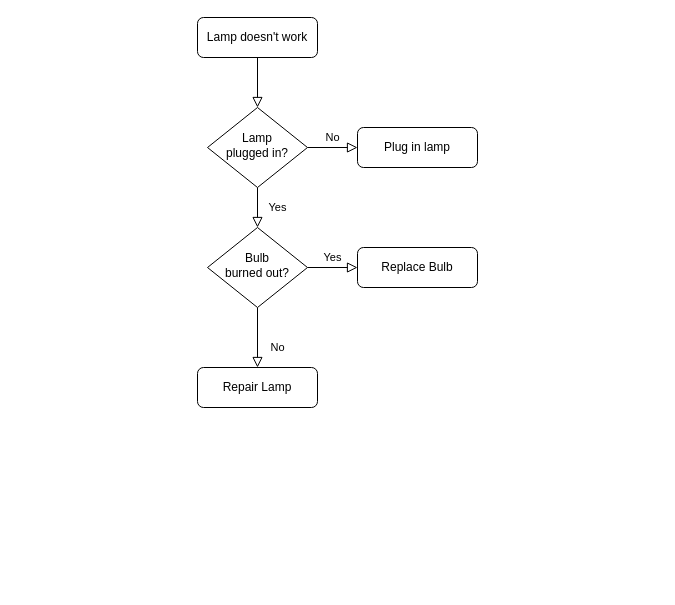
Above: 未命名绘图.drawio in Rain-Pavilion/resources (draw.io), before the change. Source tidied: cells renumbered, new cells numbered last; positions are measured from the earlier drawing's top-left corner, leaving out a move shared by most shapes. Both pictures are drawn from the tidied source at 100%, with x=0, y=0 at pixel (197, 17).
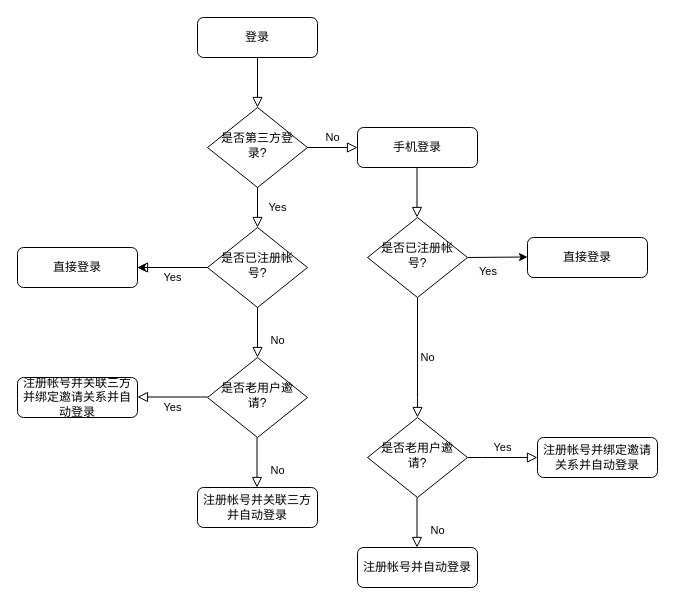
The same diagram, later.

Diff of the diagram source:
```diff
@@
-    <mxCell id="3" value="Lamp doesn't work" style="rounded=1;whiteSpace=wrap;html=1;fontSize=12;glass=0;strokeWidth=1;shadow=0;" parent="1" vertex="1">
+    <mxCell id="3" value="登录" style="rounded=1;whiteSpace=wrap;html=1;fontSize=12;glass=0;strokeWidth=1;shadow=0;" parent="1" vertex="1">
       <mxGeometry width="120" height="40" as="geometry" />
     </mxCell>
@@
-    <mxCell id="6" value="Lamp&lt;br&gt;plugged in?" style="rhombus;whiteSpace=wrap;html=1;shadow=0;fontFamily=Helvetica;fontSize=12;align=center;strokeWidth=1;spacing=6;spacingTop=-4;" parent="1" vertex="1">
+    <mxCell id="6" value="是否第三方登录?" style="rhombus;whiteSpace=wrap;html=1;shadow=0;fontFamily=Helvetica;fontSize=12;align=center;strokeWidth=1;spacing=6;spacingTop=-4;" parent="1" vertex="1">
       <mxGeometry x="10" y="90" width="100" height="80" as="geometry" />
     </mxCell>
-    <mxCell id="7" value="Plug in lamp" style="rounded=1;whiteSpace=wrap;html=1;fontSize=12;glass=0;strokeWidth=1;shadow=0;" parent="1" vertex="1">
+    <mxCell id="7" value="手机登录" style="rounded=1;whiteSpace=wrap;html=1;fontSize=12;glass=0;strokeWidth=1;shadow=0;" parent="1" vertex="1">
       <mxGeometry x="160" y="110" width="120" height="40" as="geometry" />
     </mxCell>
-    <mxCell id="8" value="No" style="rounded=0;html=1;jettySize=auto;fontSize=11;endArrow=block;endFill=0;endSize=8;strokeWidth=1;shadow=0;labelBackgroundColor=none;edgeStyle=orthogonalEdgeStyle;" parent="1" edge="1" source="10" target="11">
+    <mxCell id="8" value="No" style="rounded=0;html=1;jettySize=auto;fontSize=11;endArrow=block;endFill=0;endSize=8;strokeWidth=1;shadow=0;labelBackgroundColor=none;edgeStyle=orthogonalEdgeStyle;" parent="1" edge="1" source="10" target="16">
       <mxGeometry x="0.33" y="20" relative="1" as="geometry" />
     </mxCell>
@@
+    <mxCell id="13" style="edgeStyle=orthogonalEdgeStyle;rounded=0;jettySize=auto;html=1;" parent="1" edge="1" source="10" target="12">
+      <mxGeometry relative="1" as="geometry" />
+    </mxCell>
-    <mxCell id="10" value="Bulb&lt;br&gt;burned out?" style="rhombus;whiteSpace=wrap;html=1;shadow=0;fontFamily=Helvetica;fontSize=12;align=center;strokeWidth=1;spacing=6;spacingTop=-4;" parent="1" vertex="1">
+    <mxCell id="10" value="是否已注册帐号?" style="rhombus;whiteSpace=wrap;html=1;shadow=0;fontFamily=Helvetica;fontSize=12;align=center;strokeWidth=1;spacing=6;spacingTop=-4;" parent="1" vertex="1">
       <mxGeometry x="10" y="210" width="100" height="80" as="geometry" />
     </mxCell>
-    <mxCell id="11" value="Repair Lamp" style="rounded=1;whiteSpace=wrap;html=1;fontSize=12;glass=0;strokeWidth=1;shadow=0;" parent="1" vertex="1">
-      <mxGeometry y="350" width="120" height="40" as="geometry" />
+    <mxCell id="11" value="注册帐号并关联三方并自动登录" style="rounded=1;whiteSpace=wrap;html=1;fontSize=12;glass=0;strokeWidth=1;shadow=0;" parent="1" vertex="1">
+      <mxGeometry y="470" width="120" height="40" as="geometry" />
     </mxCell>
-    <mxCell id="12" value="Replace Bulb" style="rounded=1;whiteSpace=wrap;html=1;fontSize=12;glass=0;strokeWidth=1;shadow=0;" parent="1" vertex="1">
-      <mxGeometry x="160" y="230" width="120" height="40" as="geometry" />
+    <mxCell id="12" value="直接登录" style="rounded=1;whiteSpace=wrap;html=1;fontSize=12;glass=0;strokeWidth=1;shadow=0;" parent="1" vertex="1">
+      <mxGeometry x="-180" y="230" width="120" height="40" as="geometry" />
     </mxCell>
+    <mxCell id="14" style="rounded=0;html=1;jettySize=auto;orthogonalLoop=1;fontSize=11;endArrow=block;endFill=0;endSize=8;strokeWidth=1;shadow=0;labelBackgroundColor=none;edgeStyle=orthogonalEdgeStyle;" parent="1" edge="1">
+      <mxGeometry relative="1" as="geometry">
+        <mxPoint x="219.5" y="150" as="sourcePoint" />
+        <mxPoint x="219.5" y="200" as="targetPoint" />
+      </mxGeometry>
+    </mxCell>
+    <mxCell id="15" value="是否已注册帐号?" style="rhombus;whiteSpace=wrap;html=1;shadow=0;fontFamily=Helvetica;fontSize=12;align=center;strokeWidth=1;spacing=6;spacingTop=-4;" parent="1" vertex="1">
+      <mxGeometry x="170" y="200" width="100" height="80" as="geometry" />
+    </mxCell>
+    <mxCell id="16" value="是否老用户邀请?" style="rhombus;whiteSpace=wrap;html=1;shadow=0;fontFamily=Helvetica;fontSize=12;align=center;strokeWidth=1;spacing=6;spacingTop=-4;" parent="1" vertex="1">
+      <mxGeometry x="10" y="340" width="100" height="80" as="geometry" />
+    </mxCell>
+    <mxCell id="17" value="No" style="rounded=0;html=1;jettySize=auto;orthogonalLoop=1;fontSize=11;endArrow=block;endFill=0;endSize=8;strokeWidth=1;shadow=0;labelBackgroundColor=none;edgeStyle=orthogonalEdgeStyle;" parent="1" edge="1">
+      <mxGeometry x="0.33" y="20" relative="1" as="geometry">
+        <mxPoint x="59.5" y="420" as="sourcePoint" />
+        <mxPoint x="59.5" y="470" as="targetPoint" />
+      </mxGeometry>
+    </mxCell>
+    <mxCell id="18" value="Yes" style="edgeStyle=orthogonalEdgeStyle;rounded=0;html=1;jettySize=auto;orthogonalLoop=1;fontSize=11;endArrow=block;endFill=0;endSize=8;strokeWidth=1;shadow=0;labelBackgroundColor=none;" parent="1" edge="1">
+      <mxGeometry y="10" relative="1" as="geometry">
+        <mxPoint x="10" y="379.5" as="sourcePoint" />
+        <mxPoint x="-60" y="379.5" as="targetPoint" />
+      </mxGeometry>
+    </mxCell>
+    <mxCell id="19" value="注册帐号并关联三方并绑定邀请关系并自动登录" style="rounded=1;whiteSpace=wrap;html=1;fontSize=12;glass=0;strokeWidth=1;shadow=0;" parent="1" vertex="1">
+      <mxGeometry x="-180" y="360" width="120" height="40" as="geometry" />
+    </mxCell>
+    <mxCell id="20" value="No" style="edgeStyle=orthogonalEdgeStyle;rounded=0;html=1;jettySize=auto;fontSize=11;endArrow=block;endFill=0;endSize=8;strokeWidth=1;shadow=0;labelBackgroundColor=none;exitX=0.5;exitY=1;exitDx=0;exitDy=0;" parent="1" edge="1" source="15">
+      <mxGeometry y="10" relative="1" as="geometry">
+        <mxPoint x="220" y="400" as="targetPoint" />
+        <Array as="points">
+          <mxPoint x="220" y="380" />
+        </Array>
+      </mxGeometry>
+    </mxCell>
+    <mxCell id="21" style="edgeStyle=orthogonalEdgeStyle;rounded=0;jettySize=auto;html=1;exitX=1;exitY=0.5;exitDx=0;exitDy=0;" parent="1" edge="1" source="15">
+      <mxGeometry relative="1" as="geometry">
+        <mxPoint x="330" y="239.5" as="targetPoint" />
+      </mxGeometry>
+    </mxCell>
+    <mxCell id="22" value="&lt;span style=&quot;color: rgb(0, 0, 0); font-family: Helvetica; font-size: 11px; font-style: normal; font-variant-ligatures: normal; font-variant-caps: normal; font-weight: 400; letter-spacing: normal; orphans: 2; text-align: center; text-indent: 0px; text-transform: none; widows: 2; word-spacing: 0px; -webkit-text-stroke-width: 0px; background-color: rgb(251, 251, 251); text-decoration-thickness: initial; text-decoration-style: initial; text-decoration-color: initial; float: none; display: inline !important;&quot;&gt;Yes&lt;/span&gt;" style="text;whiteSpace=wrap;html=1;" parent="1" vertex="1">
+      <mxGeometry x="280" y="240" width="50" height="40" as="geometry" />
+    </mxCell>
+    <mxCell id="23" value="直接登录" style="rounded=1;whiteSpace=wrap;html=1;fontSize=12;glass=0;strokeWidth=1;shadow=0;" parent="1" vertex="1">
+      <mxGeometry x="330" y="220" width="120" height="40" as="geometry" />
+    </mxCell>
+    <mxCell id="24" value="是否老用户邀请?" style="rhombus;whiteSpace=wrap;html=1;shadow=0;fontFamily=Helvetica;fontSize=12;align=center;strokeWidth=1;spacing=6;spacingTop=-4;" parent="1" vertex="1">
+      <mxGeometry x="170" y="400" width="100" height="80" as="geometry" />
+    </mxCell>
+    <mxCell id="25" value="Yes" style="edgeStyle=orthogonalEdgeStyle;rounded=0;html=1;jettySize=auto;fontSize=11;endArrow=block;endFill=0;endSize=8;strokeWidth=1;shadow=0;labelBackgroundColor=none;exitX=1;exitY=0.5;exitDx=0;exitDy=0;" parent="1" edge="1" source="24">
+      <mxGeometry y="10" relative="1" as="geometry">
+        <mxPoint x="340" y="440" as="targetPoint" />
+        <Array as="points">
+          <mxPoint x="285" y="440" />
+        </Array>
+      </mxGeometry>
+    </mxCell>
+    <mxCell id="26" value="注册帐号并绑定邀请关系并自动登录" style="rounded=1;whiteSpace=wrap;html=1;fontSize=12;glass=0;strokeWidth=1;shadow=0;" parent="1" vertex="1">
+      <mxGeometry x="340" y="420" width="120" height="40" as="geometry" />
+    </mxCell>
+    <mxCell id="27" value="No" style="rounded=0;html=1;jettySize=auto;orthogonalLoop=1;fontSize=11;endArrow=block;endFill=0;endSize=8;strokeWidth=1;shadow=0;labelBackgroundColor=none;edgeStyle=orthogonalEdgeStyle;" parent="1" edge="1">
+      <mxGeometry x="0.33" y="20" relative="1" as="geometry">
+        <mxPoint x="219.5" y="480" as="sourcePoint" />
+        <mxPoint x="219.5" y="530" as="targetPoint" />
+      </mxGeometry>
+    </mxCell>
+    <mxCell id="28" value="注册帐号并自动登录" style="rounded=1;whiteSpace=wrap;html=1;fontSize=12;glass=0;strokeWidth=1;shadow=0;" parent="1" vertex="1">
+      <mxGeometry x="160" y="530" width="120" height="40" as="geometry" />
+    </mxCell>
```
